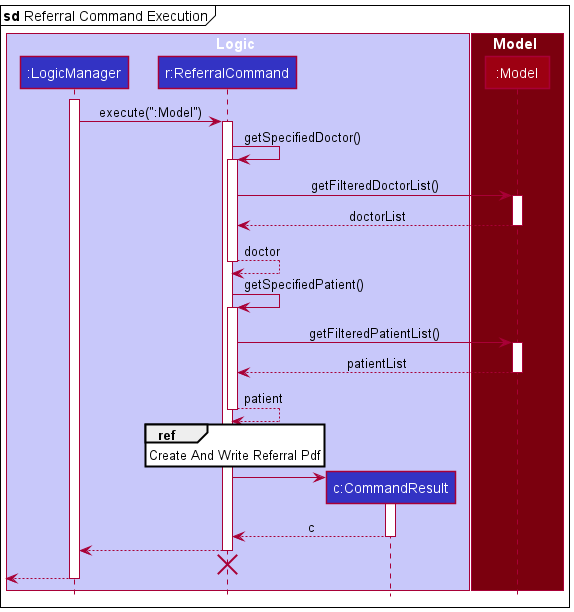
simonjulianl/tp keeps this PlantUML diagram as docs/images/referral/ReferralCommandExecution.png. Above is the earlier version.
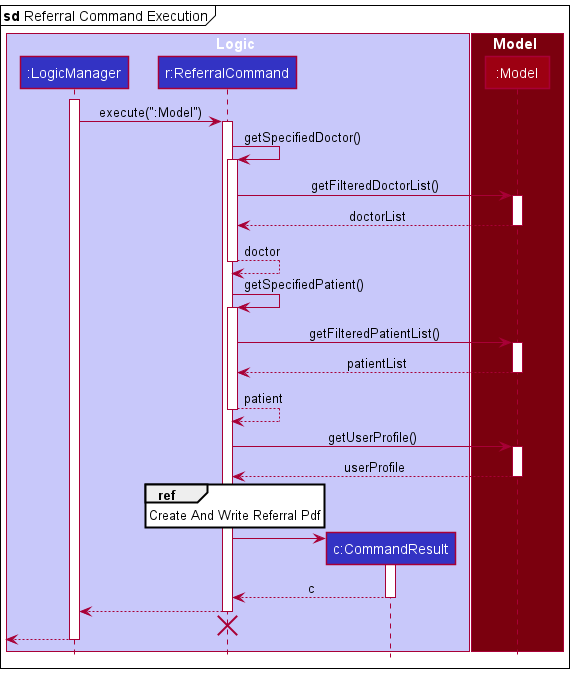
The same diagram one commit later.

Commit message:
Update the diagram about user profile

Diff of the diagram source:
```diff
@@ -15,6 +15,8 @@
 activate LogicManager
 LogicManager -> ReferralCommand :execute(":Model")
 activate ReferralCommand
+
+
 
 ReferralCommand -> ReferralCommand : getSpecifiedDoctor()
 activate ReferralCommand
@@ -34,6 +36,10 @@
 
 return patient
 
+ReferralCommand -> Model : getUserProfile()
+activate Model
+return userProfile
+
 ref over ReferralCommand : Create And Write Referral Pdf
 
 create CommandResult
```
